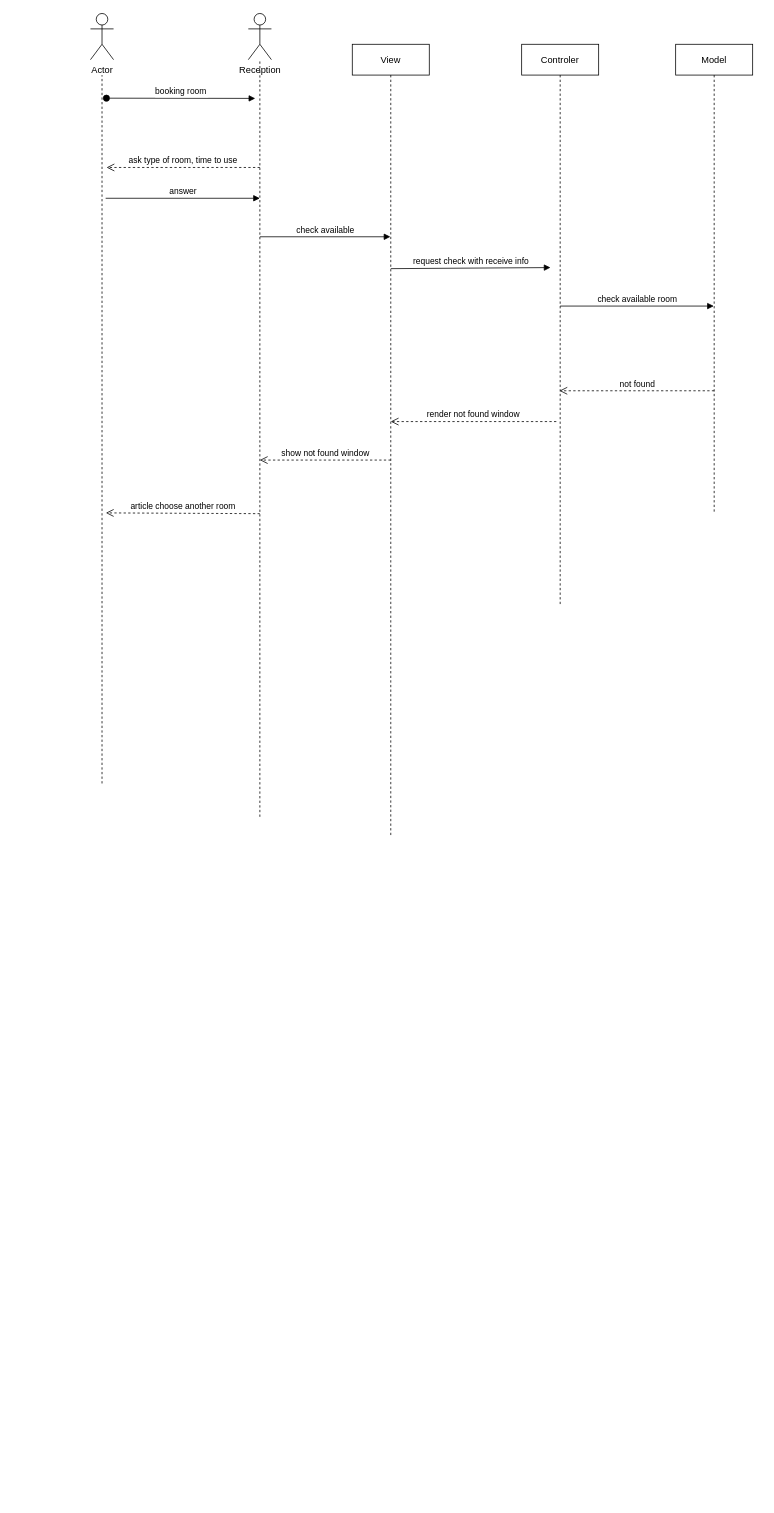
Above: Diagram/Sequence Diagram.drawio in jonathanha52/SE104.L23.PMCL (draw.io), before the change. Source tidied: cells renumbered, new cells numbered last; positions are measured from the earlier drawing's top-left corner, leaving out a move shared by most shapes. Both pictures are drawn from the tidied source at 77%, with x=0, y=0 at pixel (90, 13).
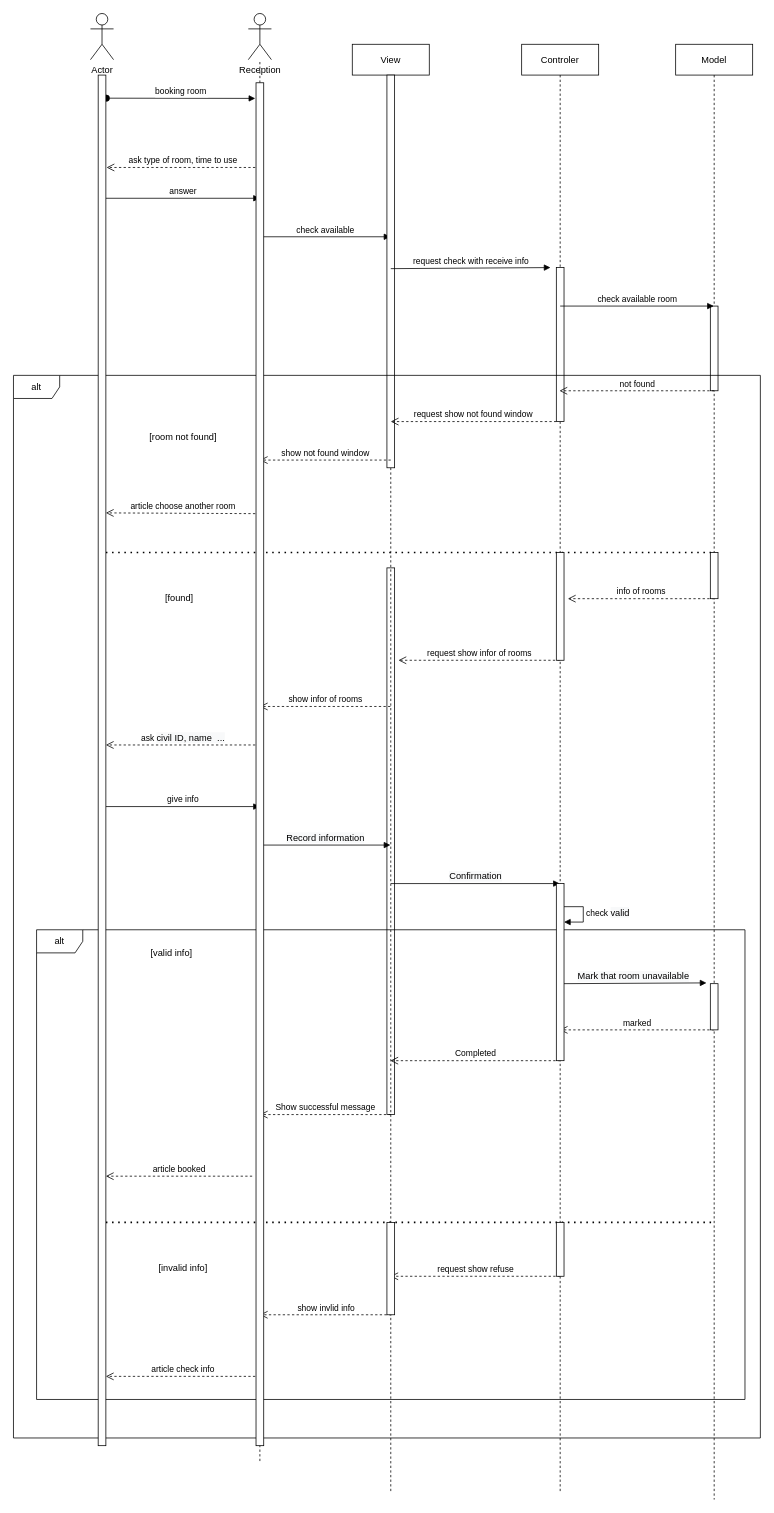
The same diagram, later.

The change refers to these unchanged cells:
```xml
<mxCell id="6" value="Reception" style="shape=umlActor;verticalLabelPosition=bottom;verticalAlign=top;html=1;outlineConnect=0;" parent="1" vertex="1">
  <mxGeometry x="205" width="30" height="60" as="geometry" />
</mxCell>
```

Diff of the diagram source:
```diff
@@
     <mxCell id="2" value="View" style="shape=umlLifeline;perimeter=lifelinePerimeter;rounded=0;shadow=0;strokeWidth=1;" parent="1" vertex="1">
-      <mxGeometry x="340" y="40" width="100" height="1030" as="geometry" />
+      <mxGeometry x="340" y="40" width="100" height="1880" as="geometry" />
     </mxCell>
@@
+    <mxCell id="21" value="request show infor of rooms" style="html=1;verticalAlign=bottom;endArrow=open;dashed=1;endSize=8;" parent="2" edge="1" source="4">
+      <mxGeometry relative="1" as="geometry">
+        <mxPoint x="60" y="800" as="targetPoint" />
+      </mxGeometry>
+    </mxCell>
+    <mxCell id="22" style="html=1;perimeter=orthogonalPerimeter;" parent="2" vertex="1">
+      <mxGeometry x="45" y="40" width="10" height="510" as="geometry" />
+    </mxCell>
     <mxCell id="4" value="Controler" style="shape=umlLifeline;perimeter=lifelinePerimeter;rounded=0;shadow=0;strokeWidth=1;" parent="1" vertex="1">
-      <mxGeometry x="560" y="40" width="100" height="730" as="geometry" />
+      <mxGeometry x="560" y="40" width="100" height="1880" as="geometry" />
     </mxCell>
+    <mxCell id="23" value="&lt;div style=&quot;text-align: center&quot;&gt;check &lt;span style=&quot;font-size: 12px ; background-color: rgb(248 , 249 , 250)&quot;&gt;valid&lt;/span&gt;&lt;/div&gt;" style="edgeStyle=orthogonalEdgeStyle;html=1;align=left;spacingLeft=2;endArrow=block;rounded=0;entryX=1;entryY=0;" parent="4" edge="1">
+      <mxGeometry relative="1" as="geometry">
+        <mxPoint x="50" y="1120" as="sourcePoint" />
+        <mxPoint x="55" y="1140" as="targetPoint" />
+        <Array as="points">
+          <mxPoint x="80" y="1120" />
+        </Array>
+      </mxGeometry>
+    </mxCell>
+    <mxCell id="24" value="&lt;span style=&quot;font-size: 12px ; background-color: rgb(248 , 249 , 250)&quot;&gt;Mark that room unavailable&lt;/span&gt;" style="html=1;verticalAlign=bottom;endArrow=block;" parent="4" edge="1">
+      <mxGeometry relative="1" as="geometry">
+        <mxPoint x="50" y="1220" as="sourcePoint" />
+        <mxPoint x="240" y="1219" as="targetPoint" />
+      </mxGeometry>
+    </mxCell>
+    <mxCell id="25" style="html=1;perimeter=orthogonalPerimeter;" parent="4" vertex="1">
+      <mxGeometry x="45" y="290" width="10" height="200" as="geometry" />
+    </mxCell>
     <mxCell id="5" value="Model" style="shape=umlLifeline;perimeter=lifelinePerimeter;rounded=0;shadow=0;strokeWidth=1;" parent="1" vertex="1">
-      <mxGeometry x="760" y="40" width="100" height="610" as="geometry" />
+      <mxGeometry x="760" y="40" width="100" height="1890" as="geometry" />
     </mxCell>
+    <mxCell id="26" style="endArrow=none;dashed=1;html=1;dashPattern=1 3;strokeWidth=2;" parent="5" edge="1">
+      <mxGeometry relative="1" as="geometry">
+        <mxPoint x="-740" y="660" as="sourcePoint" />
+        <mxPoint x="50" y="660" as="targetPoint" />
+      </mxGeometry>
+    </mxCell>
+    <mxCell id="27" style="html=1;perimeter=orthogonalPerimeter;" parent="5" vertex="1">
+      <mxGeometry x="45" y="340" width="10" height="110" as="geometry" />
+    </mxCell>
@@
-    <mxCell id="13" style="endArrow=none;dashed=1;html=1;" parent="1" edge="1" target="6">
-      <mxGeometry relative="1" as="geometry">
-        <mxPoint x="220" y="1043.3" as="sourcePoint" />
-      </mxGeometry>
+    <mxCell id="13" style="endArrow=none;dashed=1;html=1;startArrow=none;" parent="1" edge="1" source="50" target="6">
+      <mxGeometry relative="1" as="geometry" />
     </mxCell>
-    <mxCell id="14" style="endArrow=none;dashed=1;html=1;" parent="1" edge="1">
+    <mxCell id="14" style="endArrow=none;dashed=1;html=1;startArrow=none;" parent="1" edge="1" source="48">
       <mxGeometry relative="1" as="geometry">
-        <mxPoint x="15" y="1000" as="sourcePoint" />
         <mxPoint x="15" y="80" as="targetPoint" />
       </mxGeometry>
     </mxCell>
@@
-    <mxCell id="17" value="render not found window" style="html=1;verticalAlign=bottom;endArrow=open;dashed=1;endSize=8;" parent="1" edge="1">
+    <mxCell id="17" value="request show not found window" style="html=1;verticalAlign=bottom;endArrow=open;dashed=1;endSize=8;" parent="1" edge="1">
       <mxGeometry relative="1" as="geometry">
         <mxPoint x="605" y="530" as="sourcePoint" />
         <mxPoint x="390" y="530" as="targetPoint" />
       </mxGeometry>
     </mxCell>
@@
+    <mxCell id="28" value="info of rooms" style="html=1;verticalAlign=bottom;endArrow=open;dashed=1;endSize=8;" parent="1" edge="1">
+      <mxGeometry relative="1" as="geometry">
+        <mxPoint x="810" y="760" as="sourcePoint" />
+        <mxPoint x="620" y="760" as="targetPoint" />
+      </mxGeometry>
+    </mxCell>
+    <mxCell id="29" value="show infor of rooms" style="html=1;verticalAlign=bottom;endArrow=open;dashed=1;endSize=8;" parent="1" edge="1">
+      <mxGeometry relative="1" as="geometry">
+        <mxPoint x="389.5" y="900" as="sourcePoint" />
+        <mxPoint x="220" y="900" as="targetPoint" />
+      </mxGeometry>
+    </mxCell>
+    <mxCell id="30" value="ask&amp;nbsp;&lt;span style=&quot;font-size: 12px ; background-color: rgb(248 , 249 , 250)&quot;&gt;civil ID, name&amp;nbsp; ...&lt;/span&gt;" style="html=1;verticalAlign=bottom;endArrow=open;dashed=1;endSize=8;" parent="1" edge="1">
+      <mxGeometry relative="1" as="geometry">
+        <mxPoint x="220" y="950" as="sourcePoint" />
+        <mxPoint x="20" y="950" as="targetPoint" />
+      </mxGeometry>
+    </mxCell>
+    <mxCell id="31" value="give info" style="html=1;verticalAlign=bottom;endArrow=block;" parent="1" edge="1">
+      <mxGeometry relative="1" as="geometry">
+        <mxPoint x="20" y="1030" as="sourcePoint" />
+        <mxPoint x="220" y="1030" as="targetPoint" />
+      </mxGeometry>
+    </mxCell>
+    <mxCell id="32" value="&lt;span style=&quot;font-size: 12px ; background-color: rgb(248 , 249 , 250)&quot;&gt;Record information&lt;/span&gt;" style="html=1;verticalAlign=bottom;endArrow=block;" parent="1" edge="1" target="2">
+      <mxGeometry relative="1" as="geometry">
+        <mxPoint x="220" y="1080" as="sourcePoint" />
+      </mxGeometry>
+    </mxCell>
+    <mxCell id="33" value="&lt;span style=&quot;font-size: 12px ; background-color: rgb(248 , 249 , 250)&quot;&gt;Confirmation&lt;/span&gt;" style="html=1;verticalAlign=bottom;endArrow=block;" parent="1" edge="1" target="4">
+      <mxGeometry relative="1" as="geometry">
+        <mxPoint x="390" y="1130" as="sourcePoint" />
+      </mxGeometry>
+    </mxCell>
+    <mxCell id="34" value="marked" style="html=1;verticalAlign=bottom;endArrow=open;dashed=1;endSize=8;" parent="1" edge="1" target="4">
+      <mxGeometry relative="1" as="geometry">
+        <mxPoint x="810" y="1320" as="sourcePoint" />
+      </mxGeometry>
+    </mxCell>
+    <mxCell id="35" value="Completed" style="html=1;verticalAlign=bottom;endArrow=open;dashed=1;endSize=8;" parent="1" edge="1" target="2">
+      <mxGeometry relative="1" as="geometry">
+        <mxPoint x="610" y="1360" as="sourcePoint" />
+      </mxGeometry>
+    </mxCell>
+    <mxCell id="36" value="Show successful message" style="html=1;verticalAlign=bottom;endArrow=open;dashed=1;endSize=8;" parent="1" edge="1">
+      <mxGeometry relative="1" as="geometry">
+        <mxPoint x="390" y="1430" as="sourcePoint" />
+        <mxPoint x="220" y="1430" as="targetPoint" />
+      </mxGeometry>
+    </mxCell>
+    <mxCell id="37" value="article booked" style="html=1;verticalAlign=bottom;endArrow=open;dashed=1;endSize=8;" parent="1" edge="1">
+      <mxGeometry relative="1" as="geometry">
+        <mxPoint x="210" y="1510" as="sourcePoint" />
+        <mxPoint x="20" y="1510" as="targetPoint" />
+      </mxGeometry>
+    </mxCell>
+    <mxCell id="38" value="request show refuse" style="html=1;verticalAlign=bottom;endArrow=open;dashed=1;endSize=8;" parent="1" edge="1" target="2">
+      <mxGeometry relative="1" as="geometry">
+        <mxPoint x="610" y="1640" as="sourcePoint" />
+      </mxGeometry>
+    </mxCell>
+    <mxCell id="39" value="show invlid info" style="html=1;verticalAlign=bottom;endArrow=open;dashed=1;endSize=8;" parent="1" edge="1">
+      <mxGeometry relative="1" as="geometry">
+        <mxPoint x="390.7" y="1690" as="sourcePoint" />
+        <mxPoint x="220" y="1690" as="targetPoint" />
+      </mxGeometry>
+    </mxCell>
+    <mxCell id="40" value="article check info" style="html=1;verticalAlign=bottom;endArrow=open;dashed=1;endSize=8;" parent="1" edge="1">
+      <mxGeometry relative="1" as="geometry">
+        <mxPoint x="220" y="1770" as="sourcePoint" />
+        <mxPoint x="20" y="1770" as="targetPoint" />
+      </mxGeometry>
+    </mxCell>
+    <mxCell id="41" style="endArrow=none;dashed=1;html=1;dashPattern=1 3;strokeWidth=2;" parent="1" edge="1">
+      <mxGeometry relative="1" as="geometry">
+        <mxPoint x="20" y="1570" as="sourcePoint" />
+        <mxPoint x="810" y="1570" as="targetPoint" />
+      </mxGeometry>
+    </mxCell>
+    <mxCell id="42" value="alt" style="shape=umlFrame;whiteSpace=wrap;html=1;" parent="1" vertex="1">
+      <mxGeometry x="-100" y="470" width="970" height="1380" as="geometry" />
+    </mxCell>
+    <mxCell id="43" value="[room not found]" style="text;html=1;align=center;verticalAlign=middle;strokeColor=none;" parent="1" vertex="1">
+      <mxGeometry x="70" y="540" width="100" height="20" as="geometry" />
+    </mxCell>
+    <mxCell id="44" value="[found]" style="text;html=1;align=center;verticalAlign=middle;strokeColor=none;" parent="1" vertex="1">
+      <mxGeometry x="90" y="750" width="50" height="20" as="geometry" />
+    </mxCell>
+    <mxCell id="45" value="[valid info]" style="text;html=1;align=center;verticalAlign=middle;strokeColor=none;" parent="1" vertex="1">
+      <mxGeometry x="70" y="1210" width="70" height="20" as="geometry" />
+    </mxCell>
+    <mxCell id="46" value="[invalid info]" style="text;html=1;align=center;verticalAlign=middle;strokeColor=none;" parent="1" vertex="1">
+      <mxGeometry x="80" y="1620" width="80" height="20" as="geometry" />
+    </mxCell>
+    <mxCell id="47" value="alt" style="shape=umlFrame;whiteSpace=wrap;html=1;" parent="1" vertex="1">
+      <mxGeometry x="-70" y="1190" width="920" height="610" as="geometry" />
+    </mxCell>
+    <mxCell id="48" style="html=1;points=[];perimeter=orthogonalPerimeter;" parent="1" vertex="1">
+      <mxGeometry x="10" y="80" width="10" height="1780" as="geometry" />
+    </mxCell>
+    <mxCell id="49" style="endArrow=none;dashed=1;html=1;" parent="1" edge="1" target="48">
+      <mxGeometry relative="1" as="geometry">
+        <mxPoint x="15" y="1860" as="sourcePoint" />
+      </mxGeometry>
+    </mxCell>
+    <mxCell id="50" style="html=1;points=[];perimeter=orthogonalPerimeter;" parent="1" vertex="1">
+      <mxGeometry x="215" y="90" width="10" height="1770" as="geometry" />
+    </mxCell>
+    <mxCell id="51" style="endArrow=none;dashed=1;html=1;" parent="1" edge="1" target="50">
+      <mxGeometry relative="1" as="geometry">
+        <mxPoint x="220" y="1880" as="sourcePoint" />
+      </mxGeometry>
+    </mxCell>
+    <mxCell id="52" style="html=1;perimeter=orthogonalPerimeter;" parent="1" vertex="1">
+      <mxGeometry x="805" y="700" width="10" height="60" as="geometry" />
+    </mxCell>
+    <mxCell id="53" style="html=1;perimeter=orthogonalPerimeter;" parent="1" vertex="1">
+      <mxGeometry x="605" y="700" width="10" height="140" as="geometry" />
+    </mxCell>
+    <mxCell id="54" style="html=1;perimeter=orthogonalPerimeter;fillColor=none;" parent="1" vertex="1">
+      <mxGeometry x="385" y="720" width="10" height="710" as="geometry" />
+    </mxCell>
+    <mxCell id="55" style="html=1;perimeter=orthogonalPerimeter;" parent="1" vertex="1">
+      <mxGeometry x="605" y="1570" width="10" height="70" as="geometry" />
+    </mxCell>
+    <mxCell id="56" style="html=1;perimeter=orthogonalPerimeter;" parent="1" vertex="1">
+      <mxGeometry x="385" y="1570" width="10" height="120" as="geometry" />
+    </mxCell>
+    <mxCell id="57" style="html=1;perimeter=orthogonalPerimeter;" parent="1" vertex="1">
+      <mxGeometry x="805" y="1260" width="10" height="60" as="geometry" />
+    </mxCell>
+    <mxCell id="58" style="html=1;perimeter=orthogonalPerimeter;" parent="1" vertex="1">
+      <mxGeometry x="605" y="1130" width="10" height="230" as="geometry" />
+    </mxCell>
```
